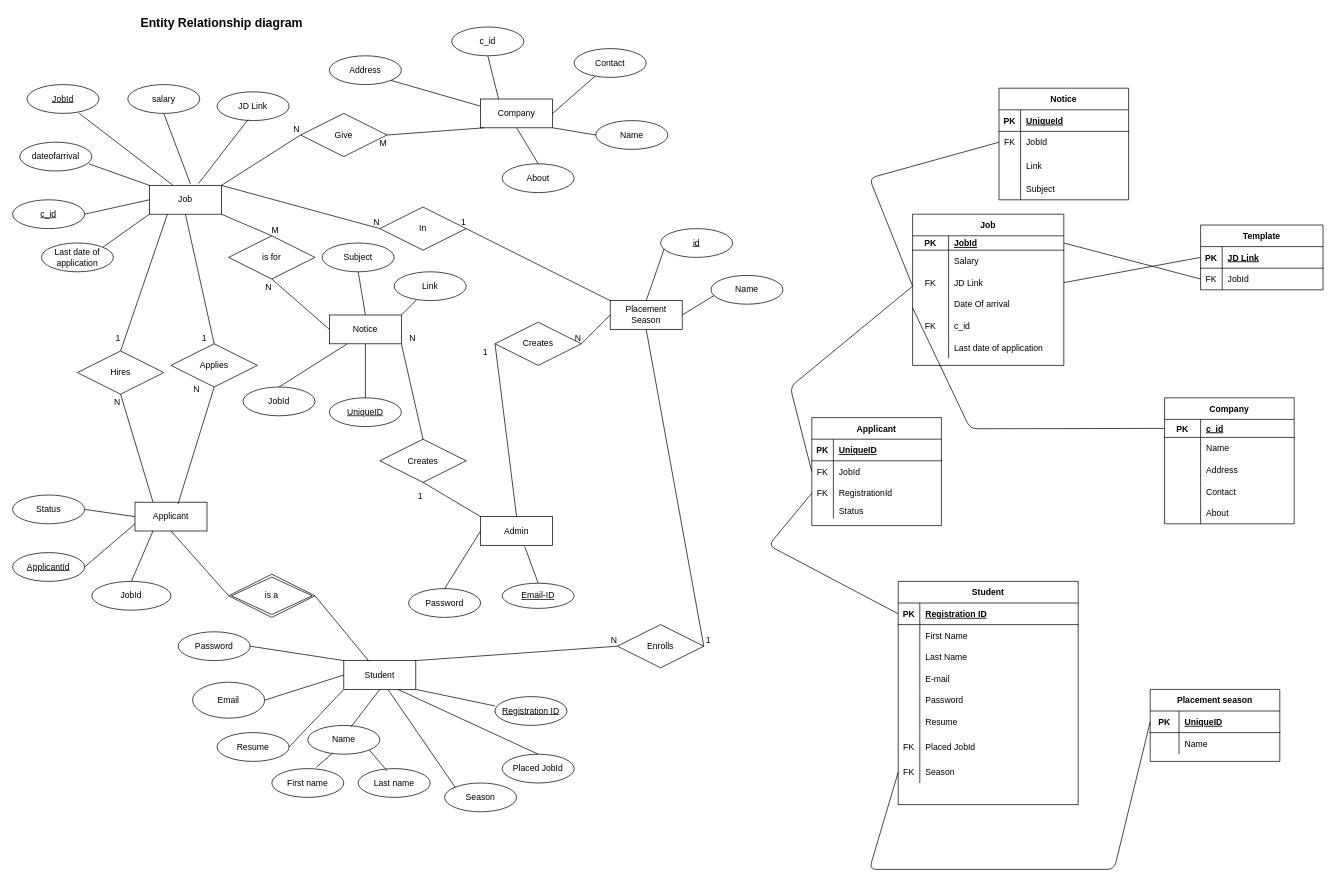
The draw.io diagram ERDiagram.drawio in sanketwadekar/placement_portal, before the edit. Source tidied: cells renumbered, new cells numbered last; positions are measured from the earlier drawing's top-left corner, leaving out a move shared by most shapes. Both pictures are drawn from the tidied source at 72%, with x=0, y=0 at pixel (12, 12).
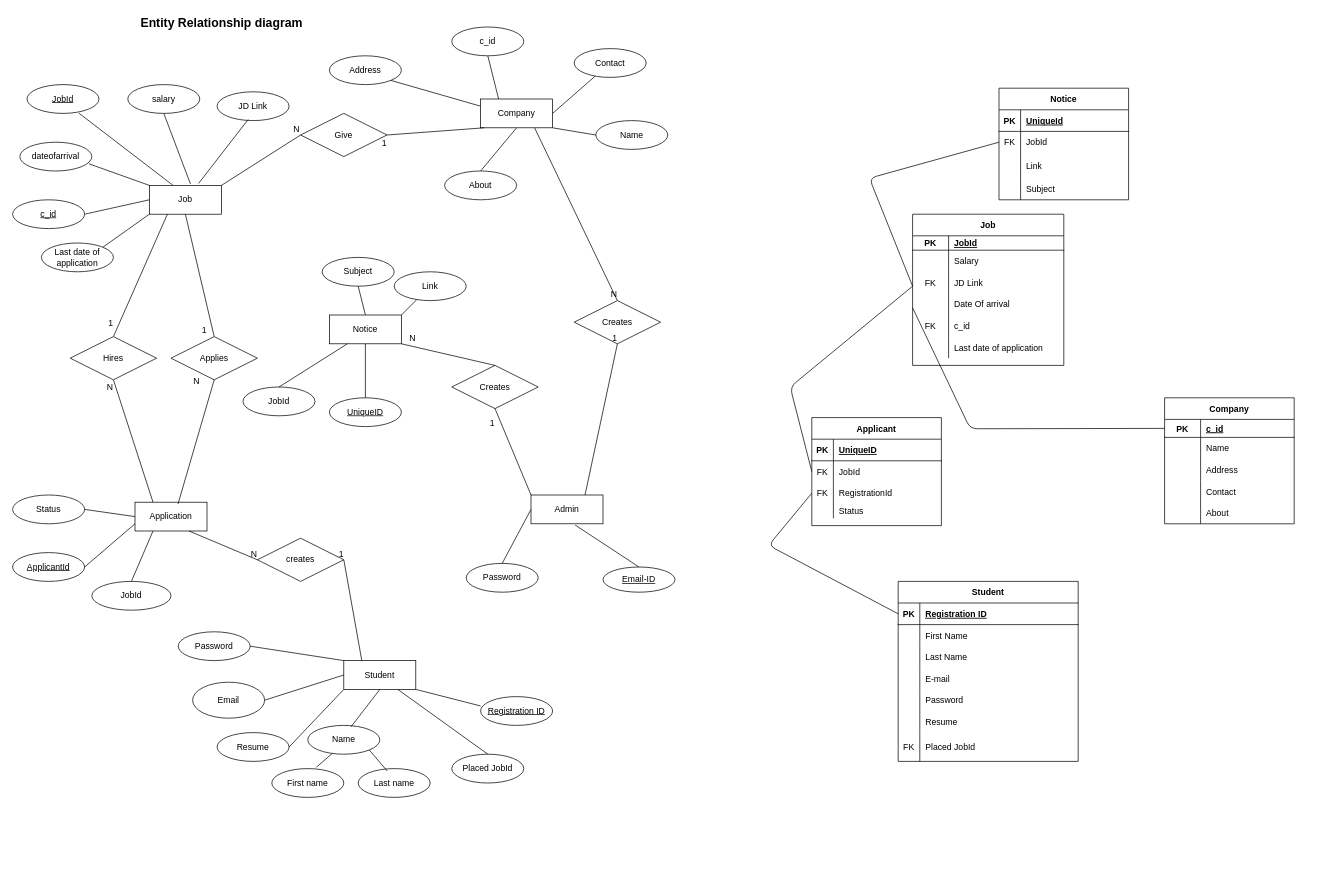
The same diagram, later.

The change refers to these unchanged cells:
```xml
<mxCell id="5" value="Company" style="whiteSpace=wrap;html=1;align=center;" parent="1" vertex="1">
  <mxGeometry x="650" y="120" width="100" height="40" as="geometry" />
</mxCell>
<mxCell id="10" value="Student" style="whiteSpace=wrap;html=1;align=center;" parent="1" vertex="1">
  <mxGeometry x="460" y="900" width="100" height="40" as="geometry" />
</mxCell>
<mxCell id="43" value="Give" style="shape=rhombus;perimeter=rhombusPerimeter;whiteSpace=wrap;html=1;align=center;" parent="1" vertex="1">
  <mxGeometry x="400" y="140" width="120" height="60" as="geometry" />
</mxCell>
<mxCell id="48" value="Job" style="whiteSpace=wrap;html=1;align=center;" parent="1" vertex="1">
  <mxGeometry x="190" y="240" width="100" height="40" as="geometry" />
</mxCell>
<mxCell id="87" value="Notice" style="whiteSpace=wrap;html=1;align=center;" parent="1" vertex="1">
  <mxGeometry x="440" y="420" width="100" height="40" as="geometry" />
</mxCell>
<mxCell id="121" style="shape=partialRectangle;fillColor=none;top=0;left=0;bottom=1;right=0;points=[[0,0.5],[1,0.5]];portConstraint=eastwest;" parent="120" vertex="1">
  <mxGeometry y="30" width="210" height="20" as="geometry" />
</mxCell>
<mxCell id="127" style="shape=partialRectangle;fillColor=none;top=0;left=0;bottom=0;right=0;points=[[0,0.5],[1,0.5]];portConstraint=eastwest;" parent="120" vertex="1">
  <mxGeometry y="80" width="210" height="30" as="geometry" />
</mxCell>
```

What changed in the source:
```diff
@@
     <mxCell id="2" value="Admin" style="whiteSpace=wrap;html=1;align=center;" parent="1" vertex="1">
-      <mxGeometry x="650" y="700" width="100" height="40" as="geometry" />
+      <mxGeometry x="720" y="670" width="100" height="40" as="geometry" />
     </mxCell>
     <mxCell id="3" value="Password" style="ellipse;whiteSpace=wrap;html=1;align=center;" parent="1" vertex="1">
-      <mxGeometry x="550" y="800" width="100" height="40" as="geometry" />
+      <mxGeometry x="630" y="765" width="100" height="40" as="geometry" />
     </mxCell>
     <mxCell id="4" value="Email-ID" style="ellipse;whiteSpace=wrap;html=1;align=center;fontStyle=4;" parent="1" vertex="1">
-      <mxGeometry x="680" y="792.5" width="100" height="35" as="geometry" />
+      <mxGeometry x="820" y="770" width="100" height="35" as="geometry" />
     </mxCell>
@@
     <mxCell id="11" value="Registration ID" style="ellipse;whiteSpace=wrap;html=1;align=center;fontStyle=4;" parent="1" vertex="1">
-      <mxGeometry x="670" y="950" width="100" height="40" as="geometry" />
+      <mxGeometry x="650" y="950" width="100" height="40" as="geometry" />
     </mxCell>
@@
-    <mxCell id="16" value="Placement Season" style="whiteSpace=wrap;html=1;align=center;" parent="1" vertex="1">
-      <mxGeometry x="830" y="400" width="100" height="40" as="geometry" />
-    </mxCell>
-    <mxCell id="17" value="Creates" style="shape=rhombus;perimeter=rhombusPerimeter;whiteSpace=wrap;html=1;align=center;" parent="1" vertex="1">
-      <mxGeometry x="670" y="430" width="120" height="60" as="geometry" />
-    </mxCell>
@@
-    <mxCell id="34" style="endArrow=none;html=1;entryX=0;entryY=0.5;entryDx=0;entryDy=0;exitX=0.5;exitY=0;exitDx=0;exitDy=0;" parent="1" edge="1" source="2" target="17">
-      <mxGeometry relative="1" as="geometry" />
-    </mxCell>
-    <mxCell id="35" value="1" style="html=1;align=right;verticalAlign=bottom;" parent="34" vertex="1">
-      <mxGeometry x="1" relative="1" as="geometry">
-        <mxPoint x="-10" y="20" as="offset" />
-      </mxGeometry>
-    </mxCell>
-    <mxCell id="36" style="endArrow=none;html=1;entryX=1;entryY=0.5;entryDx=0;entryDy=0;exitX=0;exitY=0.5;exitDx=0;exitDy=0;" parent="1" edge="1" source="16" target="17">
-      <mxGeometry relative="1" as="geometry" />
-    </mxCell>
-    <mxCell id="37" value="N" style="html=1;align=right;verticalAlign=bottom;" parent="36" vertex="1">
-      <mxGeometry x="1" relative="1" as="geometry" />
-    </mxCell>
-    <mxCell id="38" value="id" style="ellipse;whiteSpace=wrap;html=1;align=center;fontStyle=4;" parent="1" vertex="1">
-      <mxGeometry x="900" y="300" width="100" height="40" as="geometry" />
-    </mxCell>
-    <mxCell id="39" style="endArrow=none;html=1;entryX=0.05;entryY=0.7;entryDx=0;entryDy=0;exitX=0.5;exitY=0;exitDx=0;exitDy=0;entryPerimeter=0;" parent="1" edge="1" source="16" target="38">
-      <mxGeometry relative="1" as="geometry" />
-    </mxCell>
-    <mxCell id="40" value="Enrolls" style="shape=rhombus;perimeter=rhombusPerimeter;whiteSpace=wrap;html=1;align=center;" parent="1" vertex="1">
-      <mxGeometry x="840" y="850" width="120" height="60" as="geometry" />
-    </mxCell>
-    <mxCell id="41" style="endArrow=none;html=1;exitX=1;exitY=0;exitDx=0;exitDy=0;entryX=0;entryY=0.5;entryDx=0;entryDy=0;" parent="1" edge="1" source="10" target="40">
-      <mxGeometry relative="1" as="geometry" />
-    </mxCell>
-    <mxCell id="42" value="N" style="html=1;align=right;verticalAlign=bottom;" parent="41" vertex="1">
-      <mxGeometry x="1" relative="1" as="geometry" />
-    </mxCell>
@@
-    <mxCell id="44" style="endArrow=none;html=1;entryX=1;entryY=0.5;entryDx=0;entryDy=0;exitX=0.5;exitY=1;exitDx=0;exitDy=0;" parent="1" edge="1" source="16" target="40">
-      <mxGeometry relative="1" as="geometry" />
-    </mxCell>
-    <mxCell id="45" value="1" style="html=1;align=right;verticalAlign=bottom;" parent="44" vertex="1">
-      <mxGeometry x="1" relative="1" as="geometry">
-        <mxPoint x="10.1" y="0.5" as="offset" />
-      </mxGeometry>
-    </mxCell>
-    <mxCell id="46" style="endArrow=none;html=1;exitX=0.35;exitY=0.025;exitDx=0;exitDy=0;exitPerimeter=0;entryX=1;entryY=0.5;entryDx=0;entryDy=0;" parent="1" edge="1" source="10" target="107">
-      <mxGeometry relative="1" as="geometry" />
-    </mxCell>
-    <mxCell id="47" style="html=1;align=right;verticalAlign=bottom;" parent="46" vertex="1">
-      <mxGeometry x="1" relative="1" as="geometry">
-        <mxPoint x="-0.1" y="19.9" as="offset" />
-      </mxGeometry>
-    </mxCell>
@@
-    <mxCell id="56" value="In" style="shape=rhombus;perimeter=rhombusPerimeter;whiteSpace=wrap;html=1;align=center;" parent="1" vertex="1">
-      <mxGeometry x="510" y="270" width="120" height="60" as="geometry" />
-    </mxCell>
-    <mxCell id="57" style="endArrow=none;html=1;entryX=0;entryY=0.5;entryDx=0;entryDy=0;" parent="1" edge="1" target="56">
-      <mxGeometry relative="1" as="geometry">
-        <mxPoint x="290" y="240" as="sourcePoint" />
-      </mxGeometry>
-    </mxCell>
-    <mxCell id="58" value="N" style="html=1;align=right;verticalAlign=bottom;" parent="57" vertex="1">
-      <mxGeometry x="1" relative="1" as="geometry" />
-    </mxCell>
-    <mxCell id="59" style="endArrow=none;html=1;entryX=1;entryY=0.5;entryDx=0;entryDy=0;exitX=0;exitY=0;exitDx=0;exitDy=0;" parent="1" edge="1" source="16" target="56">
-      <mxGeometry relative="1" as="geometry" />
-    </mxCell>
-    <mxCell id="60" value="1" style="html=1;align=right;verticalAlign=bottom;" parent="59" vertex="1">
-      <mxGeometry x="1" relative="1" as="geometry" />
-    </mxCell>
-    <mxCell id="61" style="endArrow=none;html=1;entryX=1;entryY=0.5;entryDx=0;entryDy=0;exitX=0;exitY=1;exitDx=0;exitDy=0;" parent="1" edge="1" target="43">
+    <mxCell id="61" style="endArrow=none;html=1;exitX=0;exitY=1;exitDx=0;exitDy=0;entryX=1;entryY=0.5;entryDx=0;entryDy=0;" parent="1" edge="1" target="43">
       <mxGeometry relative="1" as="geometry">
         <mxPoint x="655" y="160" as="sourcePoint" />
       </mxGeometry>
     </mxCell>
-    <mxCell id="62" value="M" style="html=1;align=right;verticalAlign=bottom;" parent="61" vertex="1">
+    <mxCell id="62" value="1" style="html=1;align=right;verticalAlign=bottom;" parent="61" vertex="1">
       <mxGeometry x="1" relative="1" as="geometry">
         <mxPoint y="19.7" as="offset" />
       </mxGeometry>
     </mxCell>
@@
     <mxCell id="77" value="Hires" style="shape=rhombus;perimeter=rhombusPerimeter;whiteSpace=wrap;html=1;align=center;" parent="1" vertex="1">
-      <mxGeometry x="90" y="470" width="120" height="60" as="geometry" />
+      <mxGeometry x="80" y="450" width="120" height="60" as="geometry" />
     </mxCell>
@@
     <mxCell id="82" value="Placed JobId" style="ellipse;whiteSpace=wrap;html=1;align=center;" parent="1" vertex="1">
-      <mxGeometry x="680" y="1030" width="100" height="40" as="geometry" />
+      <mxGeometry x="610" y="1030" width="100" height="40" as="geometry" />
     </mxCell>
@@
     <mxCell id="84" value="About" style="ellipse;whiteSpace=wrap;html=1;align=center;" parent="1" vertex="1">
-      <mxGeometry x="680" y="210" width="100" height="40" as="geometry" />
+      <mxGeometry x="600" y="220" width="100" height="40" as="geometry" />
     </mxCell>
@@
     <mxCell id="86" value="Creates" style="shape=rhombus;perimeter=rhombusPerimeter;whiteSpace=wrap;html=1;align=center;" parent="1" vertex="1">
-      <mxGeometry x="510" y="592.5" width="120" height="60" as="geometry" />
+      <mxGeometry x="610" y="490" width="120" height="60" as="geometry" />
     </mxCell>
@@
-    <mxCell id="88" value="is for" style="shape=rhombus;perimeter=rhombusPerimeter;whiteSpace=wrap;html=1;align=center;" parent="1" vertex="1">
-      <mxGeometry x="300" y="310" width="120" height="60" as="geometry" />
-    </mxCell>
-    <mxCell id="89" style="endArrow=none;html=1;exitX=0;exitY=0.5;exitDx=0;exitDy=0;entryX=0.5;entryY=1;entryDx=0;entryDy=0;" parent="1" edge="1" source="87" target="88">
-      <mxGeometry relative="1" as="geometry" />
-    </mxCell>
-    <mxCell id="90" value="N" style="html=1;align=right;verticalAlign=bottom;" parent="89" vertex="1">
-      <mxGeometry x="1" relative="1" as="geometry">
-        <mxPoint x="-0.2" y="20" as="offset" />
-      </mxGeometry>
-    </mxCell>
-    <mxCell id="91" style="endArrow=none;html=1;exitX=1;exitY=1;exitDx=0;exitDy=0;entryX=0.5;entryY=0;entryDx=0;entryDy=0;" parent="1" edge="1" source="48" target="88">
-      <mxGeometry relative="1" as="geometry" />
-    </mxCell>
-    <mxCell id="92" value="M" style="html=1;align=right;verticalAlign=bottom;" parent="91" vertex="1">
-      <mxGeometry x="1" relative="1" as="geometry">
-        <mxPoint x="10.1" y="0.1" as="offset" />
-      </mxGeometry>
-    </mxCell>
@@
-    <mxCell id="103" style="endArrow=none;html=1;entryX=1;entryY=0.5;entryDx=0;entryDy=0;exitX=0;exitY=0.5;exitDx=0;exitDy=0;" parent="1" edge="1" source="194" target="127">
-      <mxGeometry relative="1" as="geometry" />
-    </mxCell>
-    <mxCell id="104" style="endArrow=none;html=1;entryX=0;entryY=0.5;entryDx=0;entryDy=0;exitX=1;exitY=0.5;exitDx=0;exitDy=0;" parent="1" edge="1" source="121" target="197">
-      <mxGeometry relative="1" as="geometry" />
-    </mxCell>
@@
-    <mxCell id="107" value="is a" style="shape=rhombus;double=1;perimeter=rhombusPerimeter;whiteSpace=wrap;html=1;align=center;" parent="1" vertex="1">
-      <mxGeometry x="300" y="780" width="120" height="60" as="geometry" />
-    </mxCell>
-    <mxCell id="108" value="Applicant" style="whiteSpace=wrap;html=1;align=center;" parent="1" vertex="1">
+    <mxCell id="108" value="Application" style="whiteSpace=wrap;html=1;align=center;" parent="1" vertex="1">
       <mxGeometry x="170" y="680" width="100" height="40" as="geometry" />
     </mxCell>
@@
-    <mxCell id="111" style="endArrow=none;html=1;exitX=0.5;exitY=1;exitDx=0;exitDy=0;entryX=0;entryY=0.5;entryDx=0;entryDy=0;" parent="1" edge="1" source="108" target="107">
-      <mxGeometry relative="1" as="geometry" />
-    </mxCell>
@@
     <mxCell id="168" value="Student" style="shape=table;startSize=30;childLayout=tableLayout;rowLines=0;fontStyle=1;align=center;" parent="1" vertex="1">
-      <mxGeometry x="1230" y="790" width="250" height="310" as="geometry" />
+      <mxGeometry x="1230" y="790" width="250" height="250" as="geometry" />
     </mxCell>
@@
-    <mxCell id="190" style="shape=partialRectangle;fillColor=none;top=0;left=0;bottom=0;right=0;points=[[0,0.5],[1,0.5]];portConstraint=eastwest;" parent="168" vertex="1">
-      <mxGeometry y="250" width="250" height="30" as="geometry" />
-    </mxCell>
-    <mxCell id="191" value="FK" style="shape=partialRectangle;fillColor=none;top=0;left=0;bottom=0;right=0;overflow=hidden;" parent="190" vertex="1">
-      <mxGeometry width="30" height="30" as="geometry" />
-    </mxCell>
-    <mxCell id="192" value="Season" style="shape=partialRectangle;fillColor=none;top=0;left=0;bottom=0;right=0;align=left;spacingLeft=6;overflow=hidden;" parent="190" vertex="1">
-      <mxGeometry x="30" width="220" height="30" as="geometry" />
-    </mxCell>
-    <mxCell id="193" value="Template" style="shape=table;startSize=30;childLayout=tableLayout;rowLines=0;fontStyle=1;align=center;" parent="1" vertex="1">
-      <mxGeometry x="1650" y="295" width="170" height="90" as="geometry" />
-    </mxCell>
-    <mxCell id="194" style="shape=partialRectangle;fillColor=none;top=0;left=0;bottom=1;right=0;points=[[0,0.5],[1,0.5]];portConstraint=eastwest;" parent="193" vertex="1">
-      <mxGeometry y="30" width="170" height="30" as="geometry" />
-    </mxCell>
-    <mxCell id="195" value="PK" style="shape=partialRectangle;fillColor=none;top=0;left=0;bottom=0;right=0;fontStyle=1;overflow=hidden;" parent="194" vertex="1">
-      <mxGeometry width="30" height="30" as="geometry" />
-    </mxCell>
-    <mxCell id="196" value="JD Link" style="shape=partialRectangle;fillColor=none;top=0;left=0;bottom=0;right=0;align=left;spacingLeft=6;fontStyle=5;overflow=hidden;" parent="194" vertex="1">
-      <mxGeometry x="30" width="140" height="30" as="geometry" />
-    </mxCell>
-    <mxCell id="197" style="shape=partialRectangle;fillColor=none;top=0;left=0;bottom=0;right=0;points=[[0,0.5],[1,0.5]];portConstraint=eastwest;" parent="193" vertex="1">
-      <mxGeometry y="60" width="170" height="30" as="geometry" />
-    </mxCell>
-    <mxCell id="198" value="FK" style="shape=partialRectangle;fillColor=none;top=0;left=0;bottom=0;right=0;overflow=hidden;" parent="197" vertex="1">
-      <mxGeometry width="30" height="30" as="geometry" />
-    </mxCell>
-    <mxCell id="199" value="JobId" style="shape=partialRectangle;fillColor=none;top=0;left=0;bottom=0;right=0;align=left;spacingLeft=6;overflow=hidden;" parent="197" vertex="1">
-      <mxGeometry x="30" width="140" height="30" as="geometry" />
-    </mxCell>
@@
     <mxCell id="208" value="Subject" style="ellipse;whiteSpace=wrap;html=1;align=center;" parent="1" vertex="1">
-      <mxGeometry x="430" y="320" width="100" height="40" as="geometry" />
+      <mxGeometry x="430" y="340" width="100" height="40" as="geometry" />
     </mxCell>
@@
-    <mxCell id="210" style="endArrow=none;html=1;entryX=1;entryY=0.5;entryDx=0;entryDy=0;exitX=0.5;exitY=0;exitDx=0;exitDy=0;" parent="1" edge="1" source="211" target="16">
-      <mxGeometry relative="1" as="geometry" />
-    </mxCell>
-    <mxCell id="211" value="Name" style="ellipse;whiteSpace=wrap;html=1;align=center;" parent="1" vertex="1">
-      <mxGeometry x="970" y="365" width="100" height="40" as="geometry" />
-    </mxCell>
-    <mxCell id="212" style="endArrow=none;html=1;entryX=0;entryY=0.5;entryDx=0;entryDy=0;exitX=0;exitY=0.5;exitDx=0;exitDy=0;" parent="1" edge="1" source="190" target="214">
-      <mxGeometry relative="1" as="geometry">
-        <Array as="points">
-          <mxPoint x="1190" y="1190" />
-          <mxPoint x="1530" y="1190" />
-        </Array>
-      </mxGeometry>
-    </mxCell>
-    <mxCell id="213" value="Placement season" style="shape=table;startSize=30;childLayout=tableLayout;rowLines=0;fontStyle=1;align=center;" parent="1" vertex="1">
-      <mxGeometry x="1580" y="940" width="180" height="100" as="geometry" />
-    </mxCell>
-    <mxCell id="214" style="shape=partialRectangle;fillColor=none;top=0;left=0;bottom=1;right=0;points=[[0,0.5],[1,0.5]];portConstraint=eastwest;" parent="213" vertex="1">
-      <mxGeometry y="30" width="180" height="30" as="geometry" />
-    </mxCell>
-    <mxCell id="215" value="PK" style="shape=partialRectangle;fillColor=none;top=0;left=0;bottom=0;right=0;fontStyle=1;overflow=hidden;" parent="214" vertex="1">
-      <mxGeometry width="40" height="30" as="geometry" />
-    </mxCell>
-    <mxCell id="216" value="UniqueID" style="shape=partialRectangle;fillColor=none;top=0;left=0;bottom=0;right=0;align=left;spacingLeft=6;fontStyle=5;overflow=hidden;" parent="214" vertex="1">
-      <mxGeometry x="40" width="140" height="30" as="geometry" />
-    </mxCell>
-    <mxCell id="217" style="shape=partialRectangle;fillColor=none;top=0;left=0;bottom=0;right=0;" parent="213" vertex="1">
-      <mxGeometry y="60" width="180" height="30" as="geometry" />
-    </mxCell>
-    <mxCell id="218" style="shape=partialRectangle;fillColor=none;top=0;left=0;bottom=0;right=0;overflow=hidden;" parent="217" vertex="1">
-      <mxGeometry width="40" height="30" as="geometry" />
-    </mxCell>
-    <mxCell id="219" value="Name" style="shape=partialRectangle;fillColor=none;top=0;left=0;bottom=0;right=0;align=left;spacingLeft=6;overflow=hidden;" parent="217" vertex="1">
-      <mxGeometry x="40" width="140" height="30" as="geometry" />
-    </mxCell>
     <mxCell id="220" value="Applies" style="shape=rhombus;perimeter=rhombusPerimeter;whiteSpace=wrap;html=1;align=center;rounded=0;sketch=0;" parent="1" vertex="1">
-      <mxGeometry x="220" y="460" width="120" height="60" as="geometry" />
+      <mxGeometry x="220" y="450" width="120" height="60" as="geometry" />
     </mxCell>
-    <mxCell id="221" value="Season" style="ellipse;whiteSpace=wrap;html=1;align=center;rounded=0;sketch=0;" parent="1" vertex="1">
-      <mxGeometry x="600" y="1070" width="100" height="40" as="geometry" />
-    </mxCell>
-    <mxCell id="222" style="endArrow=none;html=1;rounded=0;exitX=0;exitY=0;exitDx=0;exitDy=0;entryX=0.613;entryY=1;entryDx=0;entryDy=0;entryPerimeter=0;" parent="1" edge="1" source="221" target="10">
-      <mxGeometry relative="1" as="geometry" />
-    </mxCell>
+    <mxCell id="17" value="Creates" style="shape=rhombus;perimeter=rhombusPerimeter;whiteSpace=wrap;html=1;align=center;" parent="1" vertex="1">
+      <mxGeometry x="780" y="400" width="120" height="60" as="geometry" />
+    </mxCell>
+    <mxCell id="34" style="endArrow=none;html=1;rounded=0;exitX=0.75;exitY=0;exitDx=0;exitDy=0;entryX=0.5;entryY=1;entryDx=0;entryDy=0;" parent="1" edge="1" source="2" target="17">
+      <mxGeometry relative="1" as="geometry" />
+    </mxCell>
+    <mxCell id="223" value="1" style="html=1;align=right;verticalAlign=bottom;" parent="34" vertex="1">
+      <mxGeometry x="1" relative="1" as="geometry" />
+    </mxCell>
+    <mxCell id="224" style="endArrow=none;html=1;rounded=0;entryX=0.5;entryY=0;entryDx=0;entryDy=0;exitX=0.75;exitY=1;exitDx=0;exitDy=0;" parent="1" edge="1" source="5" target="17">
+      <mxGeometry relative="1" as="geometry" />
+    </mxCell>
+    <mxCell id="225" value="N" style="html=1;align=right;verticalAlign=bottom;" parent="224" vertex="1">
+      <mxGeometry x="1" relative="1" as="geometry" />
+    </mxCell>
+    <mxCell id="226" value="creates" style="shape=rhombus;perimeter=rhombusPerimeter;whiteSpace=wrap;html=1;align=center;" parent="1" vertex="1">
+      <mxGeometry x="340" y="730" width="120" height="60" as="geometry" />
+    </mxCell>
+    <mxCell id="227" style="endArrow=none;html=1;rounded=0;exitX=0.75;exitY=1;exitDx=0;exitDy=0;entryX=0;entryY=0.5;entryDx=0;entryDy=0;" parent="1" edge="1" source="108" target="226">
+      <mxGeometry relative="1" as="geometry" />
+    </mxCell>
+    <mxCell id="228" value="N" style="html=1;align=right;verticalAlign=bottom;" parent="227" vertex="1">
+      <mxGeometry x="1" relative="1" as="geometry" />
+    </mxCell>
+    <mxCell id="229" style="endArrow=none;html=1;rounded=0;exitX=0.25;exitY=0;exitDx=0;exitDy=0;entryX=1;entryY=0.5;entryDx=0;entryDy=0;" parent="1" edge="1" source="10" target="226">
+      <mxGeometry relative="1" as="geometry" />
+    </mxCell>
+    <mxCell id="230" value="1" style="html=1;align=right;verticalAlign=bottom;" parent="229" vertex="1">
+      <mxGeometry x="1" relative="1" as="geometry" />
+    </mxCell>
```
